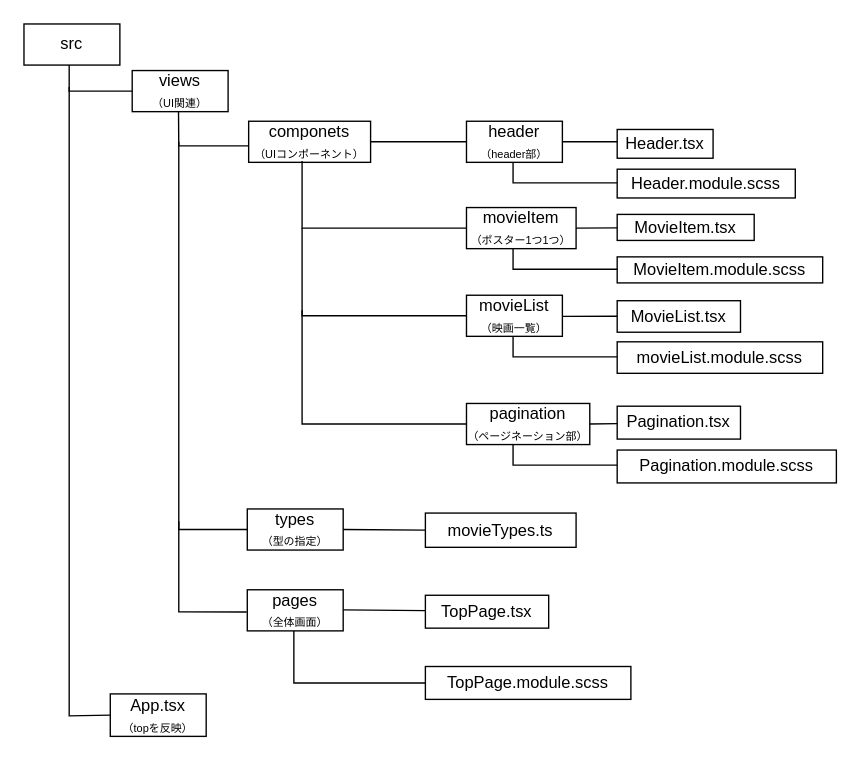
This is page "ファイル全体構成" (1 of 2) of diagram.dio from Yuta-Tsutsumi/movie_site, a draw.io file, before an edit. Source tidied: cells renumbered, new cells numbered last; positions are measured from the earlier drawing's top-left corner, leaving out a move shared by most shapes. Both pictures are drawn from the tidied source at 137%, with x=0, y=0 at pixel (23, 23).
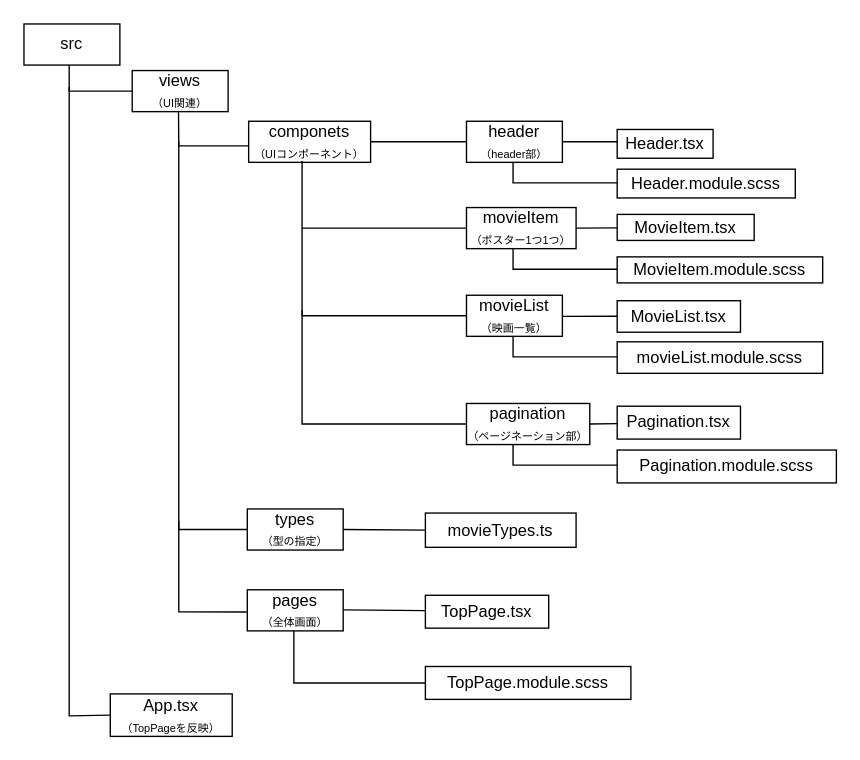
After the change.

Commit message:
ファイル名の修正

Diff of the diagram source:
```diff
@@
-    <mxCell id="7" value="App.tsx&lt;br&gt;&lt;font style=&quot;font-size: 8px&quot;&gt;（topを反映）&lt;/font&gt;" style="whiteSpace=wrap;html=1;" parent="1" vertex="1">
-      <mxGeometry x="63" y="489" width="70" height="31" as="geometry" />
+    <mxCell id="7" value="App.tsx&lt;br&gt;&lt;font style=&quot;font-size: 8px&quot;&gt;（TopPageを反映）&lt;/font&gt;" style="whiteSpace=wrap;html=1;" parent="1" vertex="1">
+      <mxGeometry x="63" y="489" width="89" height="31" as="geometry" />
     </mxCell>
```
